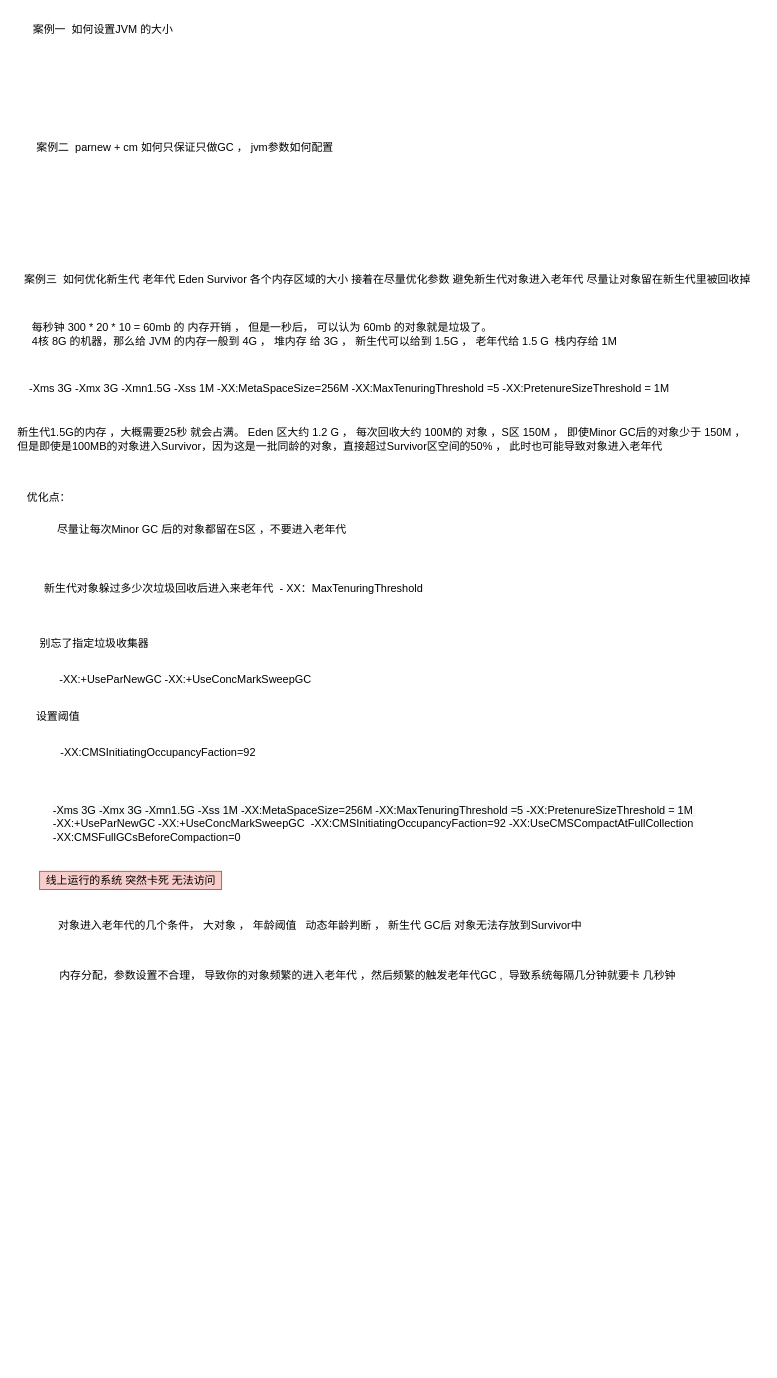
The draw.io diagram page "案例实战" (2 of 3) of JVM.drawio in topyuluo/photo-project, before the edit. Source tidied: cells renumbered, new cells numbered last; positions are measured from the earlier drawing's top-left corner, leaving out a move shared by most shapes. Both pictures are drawn from the tidied source at 91%, with x=0, y=0 at pixel (15, 15).
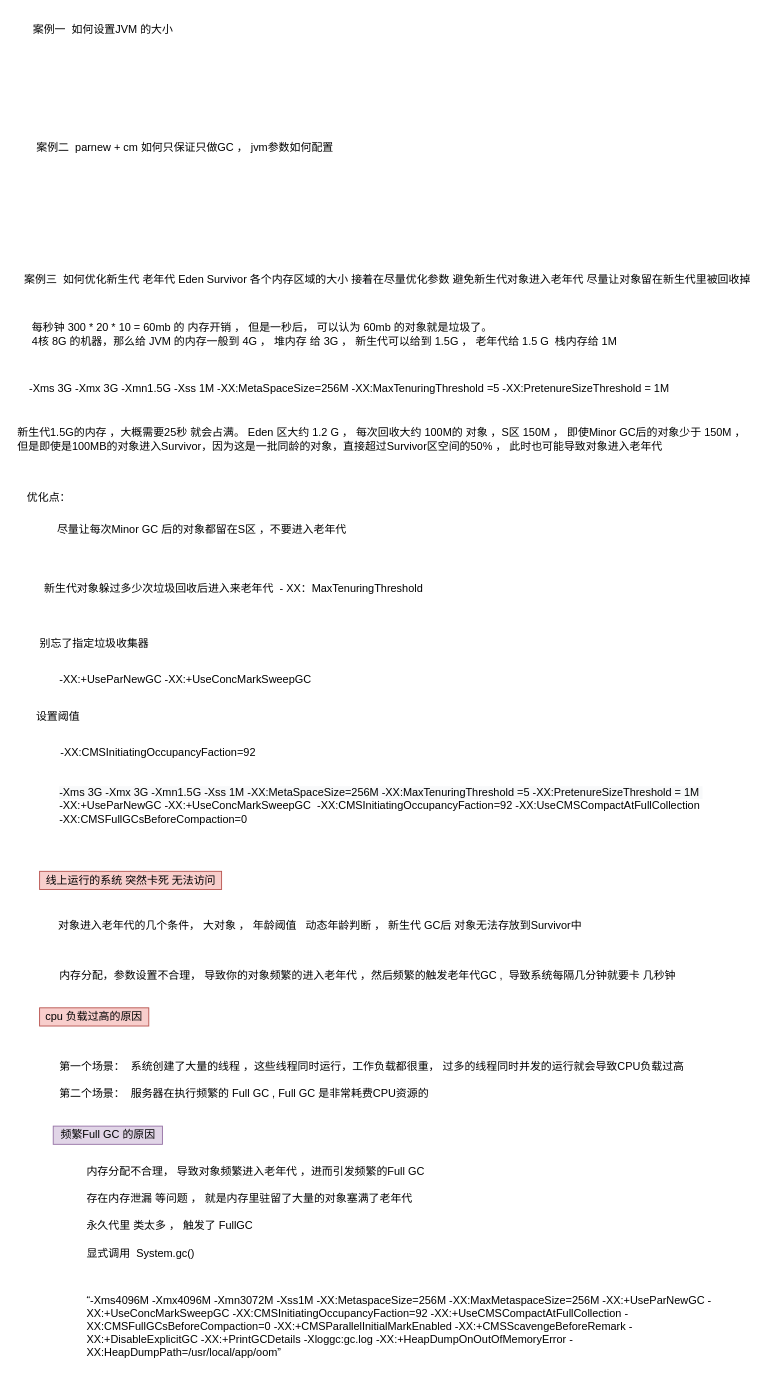
After the change.

The edit, as a diff of the source:
```diff
@@
     <mxCell id="15" value="&lt;span style=&quot;color: rgb(0 , 0 , 0) ; font-family: &amp;#34;helvetica&amp;#34; ; font-size: 12px ; font-style: normal ; font-weight: 400 ; letter-spacing: normal ; text-align: center ; text-indent: 0px ; text-transform: none ; word-spacing: 0px ; background-color: rgb(248 , 249 , 250) ; display: inline ; float: none&quot;&gt;-Xms 3G -Xmx 3G -Xmn1.5G -Xss 1M -XX:MetaSpaceSize=256M -XX:MaxTenuringThreshold =5 -XX:PretenureSizeThreshold = 1M&amp;nbsp;&lt;br&gt;&lt;/span&gt;&lt;span style=&quot;text-align: center&quot;&gt;-XX:+UseParNewGC -XX:+UseConcMarkSweepGC&amp;nbsp;&amp;nbsp;&lt;/span&gt;&lt;span style=&quot;text-align: center&quot;&gt;-XX:CMSInitiatingOccupancyFaction=92 -XX:UseCMSCompactAtFullCollection&lt;br&gt;-XX:CMSFullGCsBeforeCompaction=0&lt;br&gt;&lt;/span&gt;" style="text;whiteSpace=wrap;html=1;" parent="1" vertex="1">
-      <mxGeometry x="39" y="860" width="717" height="70" as="geometry" />
+      <mxGeometry x="46" y="840" width="717" height="70" as="geometry" />
     </mxCell>
@@
+    <mxCell id="19" value="cpu 负载过高的原因" style="text;html=1;strokeColor=#b85450;fillColor=#f8cecc;align=center;verticalAlign=middle;whiteSpace=wrap;rounded=0;" parent="1" vertex="1">
+      <mxGeometry x="26" y="1090" width="120" height="20" as="geometry" />
+    </mxCell>
+    <mxCell id="20" value="第一个场景：&amp;nbsp; 系统创建了大量的线程 ，这些线程同时运行，工作负载都很重， 过多的线程同时并发的运行就会导致CPU负载过高" style="text;html=1;strokeColor=none;fillColor=none;align=left;verticalAlign=middle;whiteSpace=wrap;rounded=0;" parent="1" vertex="1">
+      <mxGeometry x="46" y="1140" width="720" height="30" as="geometry" />
+    </mxCell>
+    <mxCell id="21" value="第二个场景：&amp;nbsp; 服务器在执行频繁的 Full GC , Full GC 是非常耗费CPU资源的" style="text;html=1;strokeColor=none;fillColor=none;align=left;verticalAlign=middle;whiteSpace=wrap;rounded=0;" parent="1" vertex="1">
+      <mxGeometry x="46" y="1170" width="720" height="30" as="geometry" />
+    </mxCell>
+    <mxCell id="22" value="频繁Full GC 的原因" style="text;html=1;align=center;verticalAlign=middle;strokeColor=#9673a6;fillColor=#e1d5e7;" parent="1" vertex="1">
+      <mxGeometry x="41" y="1220" width="120" height="20" as="geometry" />
+    </mxCell>
+    <mxCell id="23" value="内存分配不合理， 导致对象频繁进入老年代 ，进而引发频繁的Full GC" style="text;html=1;strokeColor=none;fillColor=none;align=left;verticalAlign=middle;whiteSpace=wrap;rounded=0;" parent="1" vertex="1">
+      <mxGeometry x="76" y="1260" width="620" height="20" as="geometry" />
+    </mxCell>
+    <mxCell id="24" value="存在内存泄漏 等问题 ， 就是内存里驻留了大量的对象塞满了老年代" style="text;html=1;strokeColor=none;fillColor=none;align=left;verticalAlign=middle;whiteSpace=wrap;rounded=0;" parent="1" vertex="1">
+      <mxGeometry x="76" y="1290" width="620" height="20" as="geometry" />
+    </mxCell>
+    <mxCell id="25" value="永久代里 类太多 ， 触发了 FullGC&amp;nbsp;" style="text;html=1;strokeColor=none;fillColor=none;align=left;verticalAlign=middle;whiteSpace=wrap;rounded=0;" parent="1" vertex="1">
+      <mxGeometry x="76" y="1320" width="620" height="20" as="geometry" />
+    </mxCell>
+    <mxCell id="26" value="显式调用&amp;nbsp; System.gc()" style="text;html=1;strokeColor=none;fillColor=none;align=left;verticalAlign=middle;whiteSpace=wrap;rounded=0;" parent="1" vertex="1">
+      <mxGeometry x="76" y="1350" width="620" height="20" as="geometry" />
+    </mxCell>
+    <mxCell id="27" value="“-Xms4096M -Xmx4096M -Xmn3072M -Xss1M -XX:MetaspaceSize=256M -XX:MaxMetaspaceSize=256M -XX:+UseParNewGC -XX:+UseConcMarkSweepGC -XX:CMSInitiatingOccupancyFaction=92 -XX:+UseCMSCompactAtFullCollection -XX:CMSFullGCsBeforeCompaction=0 -XX:+CMSParallelInitialMarkEnabled -XX:+CMSScavengeBeforeRemark -XX:+DisableExplicitGC -XX:+PrintGCDetails -Xloggc:gc.log -XX:+HeapDumpOnOutOfMemoryError -XX:HeapDumpPath=/usr/local/app/oom”" style="text;html=1;strokeColor=none;fillColor=none;align=left;verticalAlign=middle;whiteSpace=wrap;rounded=0;" parent="1" vertex="1">
+      <mxGeometry x="76" y="1400" width="690" height="80" as="geometry" />
+    </mxCell>
```
